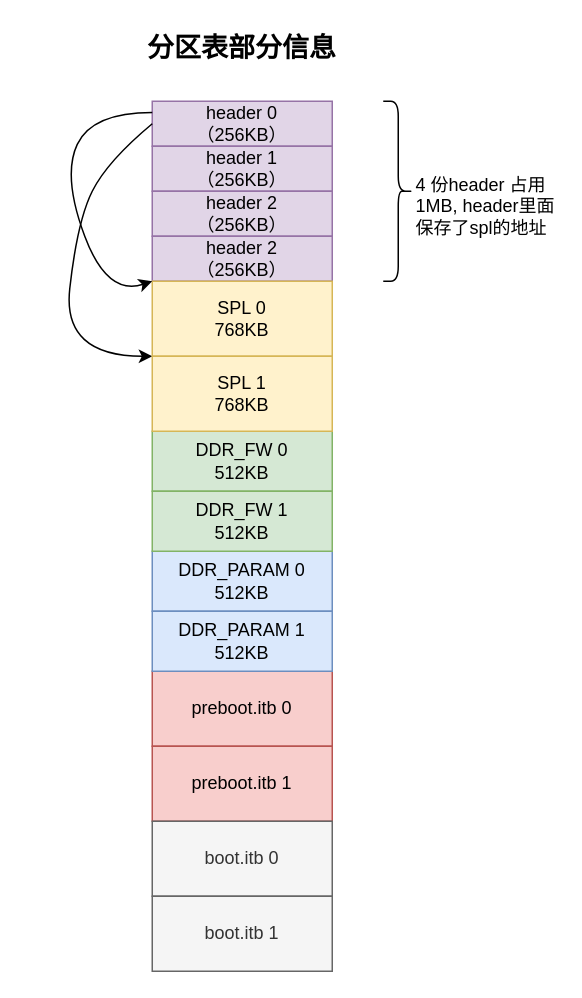
Earlier version of the draw.io diagram page "第 4 页" (6 of 6) of NAND坏块管理和升级.drawio (wdhgit/drawio). Source tidied: cells renumbered, new cells numbered last; positions are measured from the earlier drawing's top-left corner, leaving out a move shared by most shapes. Both pictures are drawn from the tidied source at 150%, with x=0, y=0 at pixel (26, 26).
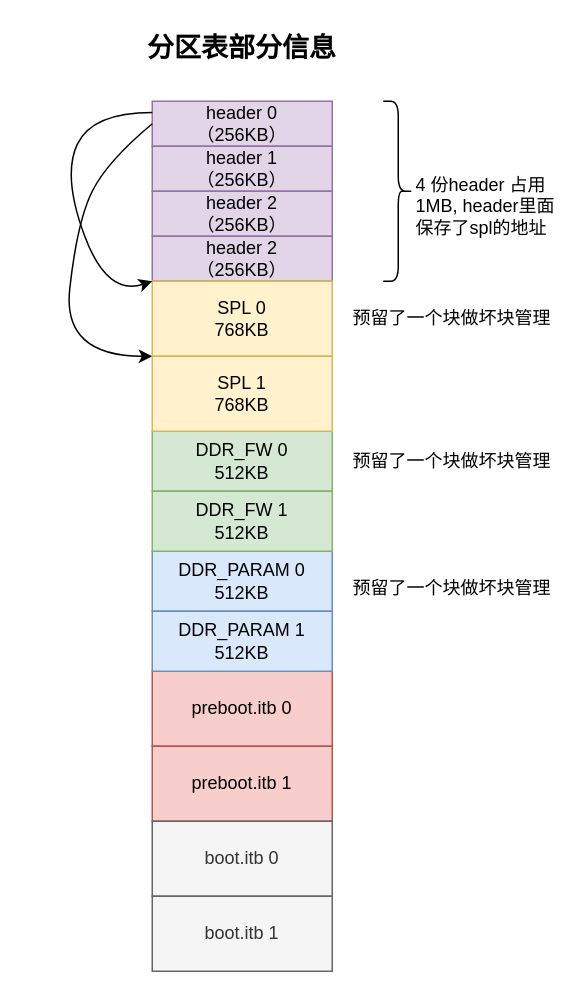
The same diagram, later.

Diff of the diagram source:
```diff
@@
+    <mxCell id="21" value="预留了一个块做坏块管理" style="text;html=1;whiteSpace=wrap;strokeColor=none;fillColor=none;align=center;verticalAlign=middle;rounded=0;" parent="1" vertex="1">
+      <mxGeometry x="214" y="180" width="140" height="30" as="geometry" />
+    </mxCell>
+    <mxCell id="22" value="预留了一个块做坏块管理" style="text;html=1;whiteSpace=wrap;strokeColor=none;fillColor=none;align=center;verticalAlign=middle;rounded=0;" parent="1" vertex="1">
+      <mxGeometry x="214" y="275" width="140" height="30" as="geometry" />
+    </mxCell>
+    <mxCell id="23" value="预留了一个块做坏块管理" style="text;html=1;whiteSpace=wrap;strokeColor=none;fillColor=none;align=center;verticalAlign=middle;rounded=0;" parent="1" vertex="1">
+      <mxGeometry x="214" y="360" width="140" height="30" as="geometry" />
+    </mxCell>
```
